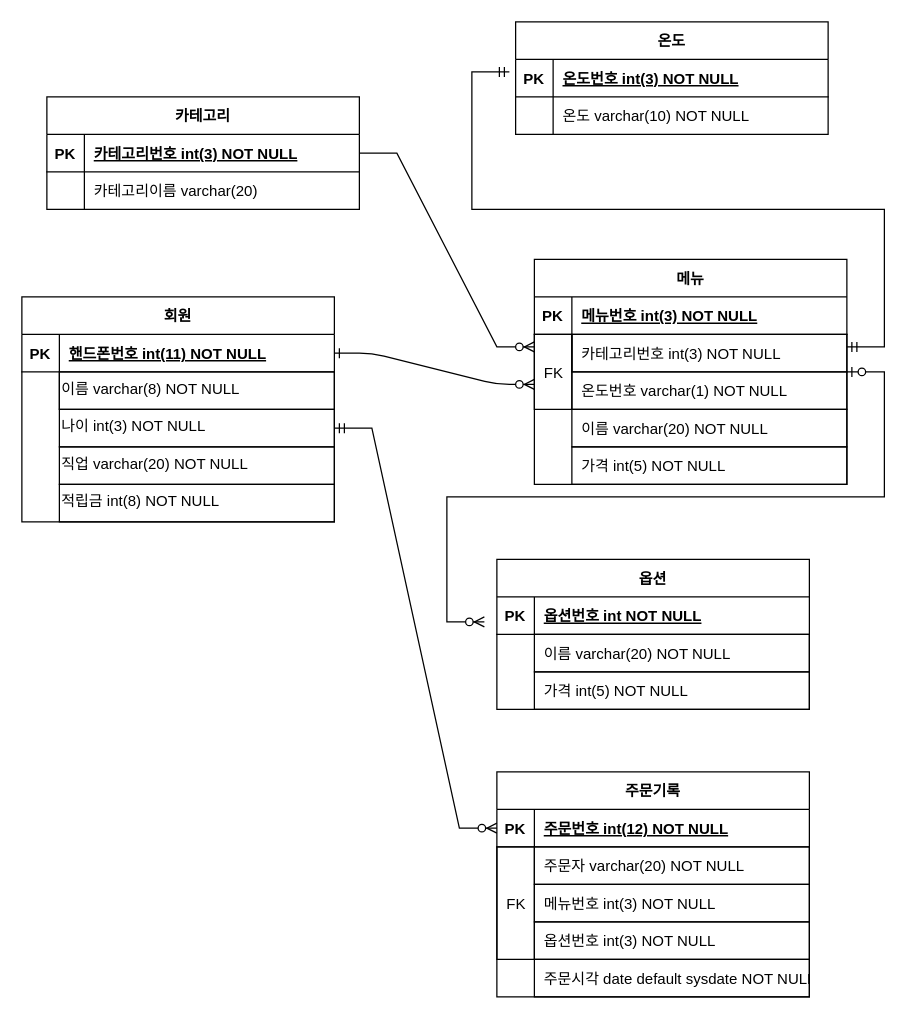
jdohun/22-1Database keeps this draw.io diagram as physical_ERD.drawio. Above is the earlier version. Source tidied: cells renumbered, new cells numbered last; positions are measured from the earlier drawing's top-left corner, leaving out a move shared by most shapes. Both pictures are drawn from the tidied source at 125%, with x=0, y=0 at pixel (21, 21).
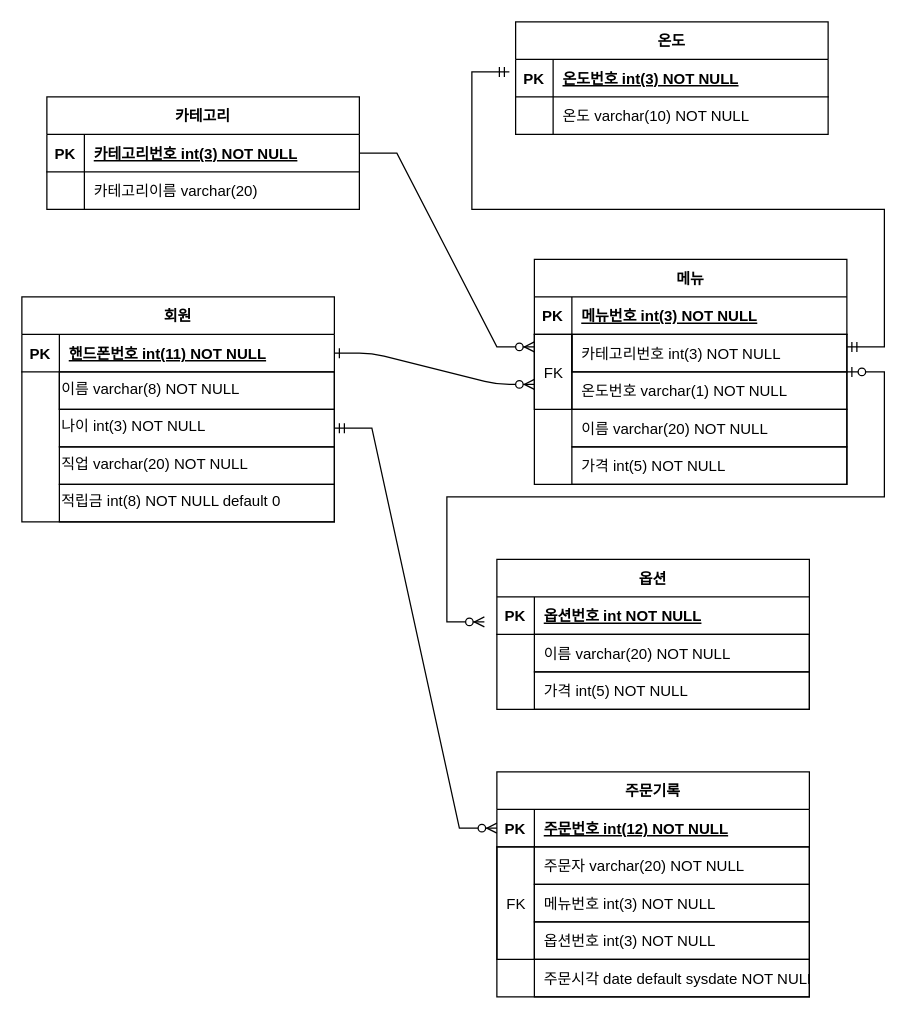
After the change.

Change to the diagram source:
```diff
@@
-    <mxCell id="17" value="&lt;span style=&quot;&quot;&gt;적립금 int(8) NOT NULL&lt;/span&gt;" style="text;whiteSpace=wrap;html=1;fontColor=#000000;strokeColor=default;" parent="1" vertex="1">
+    <mxCell id="17" value="&lt;span style=&quot;&quot;&gt;적립금 int(8) NOT NULL default 0&lt;/span&gt;" style="text;whiteSpace=wrap;html=1;fontColor=#000000;strokeColor=default;" parent="1" vertex="1">
       <mxGeometry x="30" y="370" width="220" height="30" as="geometry" />
     </mxCell>
```
